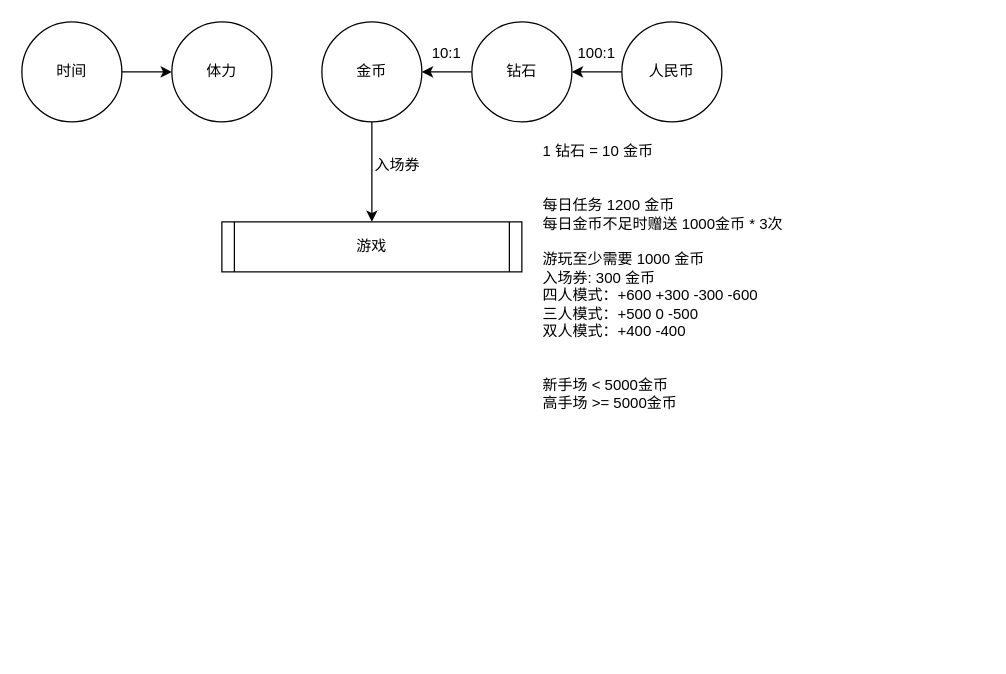
Earlier version of the draw.io diagram 游戏经济系统.drawio (shinoi2/draw.io). Source tidied: cells renumbered, new cells numbered last; positions are measured from the earlier drawing's top-left corner, leaving out a move shared by most shapes. Both pictures are drawn from the tidied source at 125%, with x=0, y=0 at pixel (21, 21).
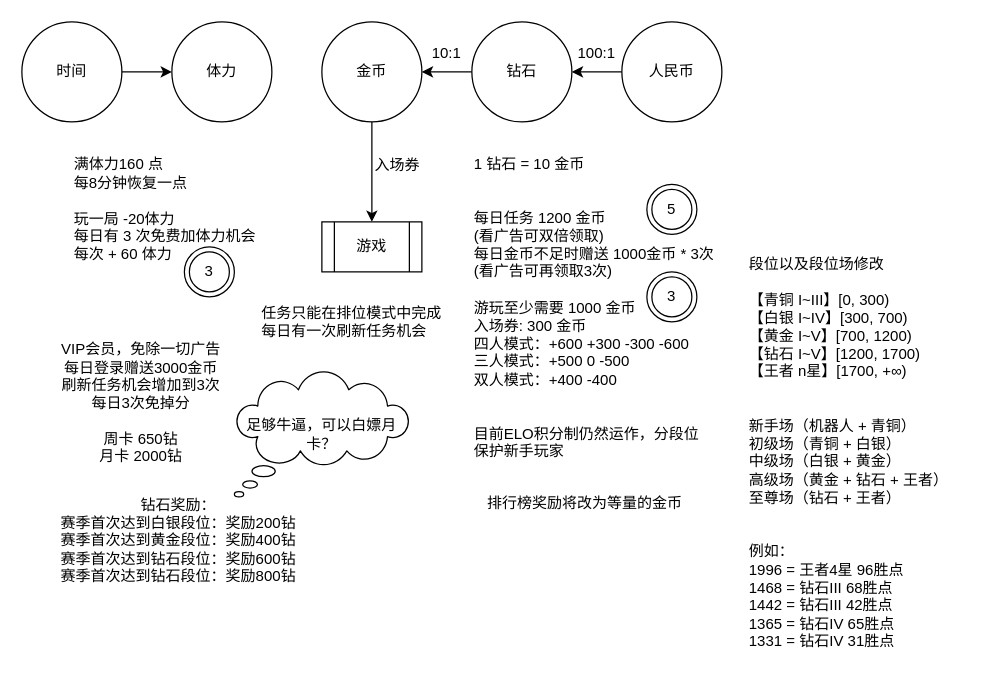
After the change.

Commit message (it also covers changes not shown here):
更新游戏经济系统.drawio

The edit, as a diff of the source:
```diff
@@
-    <mxCell id="14" value="游戏" style="shape=process;whiteSpace=wrap;html=1;backgroundOutline=1;size=0.041666666666666664;" parent="1" vertex="1">
-      <mxGeometry x="160" y="160" width="240" height="40" as="geometry" />
+    <mxCell id="14" value="游戏" style="shape=process;whiteSpace=wrap;html=1;backgroundOutline=1;size=0.125;" parent="1" vertex="1">
+      <mxGeometry x="240" y="160" width="80" height="40" as="geometry" />
     </mxCell>
-    <mxCell id="15" value="1 钻石 = 10 金币&#10;&#10;&#10;每日任务 1200 金币&#10;每日金币不足时赠送 1000金币 * 3次&#10;&#10;游玩至少需要 1000 金币&#10;入场券: 300 金币&#10;四人模式：+600 +300 -300 -600&#10;三人模式：+500 0 -500&#10;双人模式：+400 -400&#10;&#10;&#10;新手场 &lt; 5000金币&#10;高手场 &gt;= 5000金币" style="text;whiteSpace=wrap;" parent="1" vertex="1">
-      <mxGeometry x="415" y="90" width="210" height="240" as="geometry" />
+    <mxCell id="15" value="1 钻石 = 10 金币&#10;&#10;&#10;每日任务 1200 金币&#10;(看广告可双倍领取)&#10;每日金币不足时赠送 1000金币 * 3次&#10;(看广告可再领取3次)&#10;&#10;游玩至少需要 1000 金币&#10;入场券: 300 金币&#10;四人模式：+600 +300 -300 -600&#10;三人模式：+500 0 -500&#10;双人模式：+400 -400&#10;&#10;&#10;目前ELO积分制仍然运作，分段位&#10;保护新手玩家" style="text;whiteSpace=wrap;" parent="1" vertex="1">
+      <mxGeometry x="360" y="100" width="195" height="260" as="geometry" />
     </mxCell>
+    <mxCell id="16" value="满体力160 点&lt;br&gt;每8分钟恢复一点&lt;br&gt;&lt;br&gt;玩一局 -20体力&lt;br&gt;每日有 3 次免费加体力机会&lt;br&gt;每次 + 60 体力" style="text;html=1;align=left;verticalAlign=middle;strokeColor=none;fillColor=none;" parent="1" vertex="1">
+      <mxGeometry x="40" y="100" width="170" height="100" as="geometry" />
+    </mxCell>
+    <mxCell id="17" value="5" style="ellipse;shape=doubleEllipse;whiteSpace=wrap;html=1;" parent="1" vertex="1">
+      <mxGeometry x="500" y="130" width="40" height="40" as="geometry" />
+    </mxCell>
+    <mxCell id="18" value="3" style="ellipse;shape=doubleEllipse;whiteSpace=wrap;html=1;" parent="1" vertex="1">
+      <mxGeometry x="500" y="200" width="40" height="40" as="geometry" />
+    </mxCell>
+    <mxCell id="19" value="3" style="ellipse;shape=doubleEllipse;whiteSpace=wrap;html=1;" parent="1" vertex="1">
+      <mxGeometry x="130" y="180" width="40" height="40" as="geometry" />
+    </mxCell>
+    <mxCell id="20" value="VIP会员，免除一切广告&lt;br&gt;每日登录赠送3000金币&lt;br&gt;刷新任务机会增加到3次&lt;br&gt;每日3次免掉分&lt;br&gt;&lt;br&gt;周卡 650钻&lt;br&gt;月卡 2000钻" style="text;html=1;align=center;verticalAlign=middle;strokeColor=none;fillColor=none;" parent="1" vertex="1">
+      <mxGeometry x="20" y="250" width="150" height="110" as="geometry" />
+    </mxCell>
+    <mxCell id="21" value="段位以及段位场修改&#10;&#10;【青铜 I~III】[0, 300)&#10;【白银 I~IV】[300, 700)&#10;【黄金 I~V】[700, 1200)&#10;【钻石 I~V】[1200, 1700)&#10;【王者 n星】[1700, +∞)&#10;&#10;&#10;新手场（机器人 + 青铜）&#10;初级场（青铜 + 白银）&#10;中级场（白银 + 黄金）&#10;高级场（黄金 + 钻石 + 王者）&#10;至尊场（钻石 + 王者）&#10;&#10;&#10;例如：&#10;1996 = 王者4星 96胜点&#10;1468 = 钻石III 68胜点&#10;1442 = 钻石III 42胜点&#10;1365 = 钻石IV 65胜点&#10;1331 = 钻石IV 31胜点" style="text;whiteSpace=wrap;" parent="1" vertex="1">
+      <mxGeometry x="580" y="180" width="190" height="310" as="geometry" />
+    </mxCell>
+    <mxCell id="22" value="任务只能在排位模式中完成&lt;br&gt;每日有一次刷新任务机会" style="text;html=1;align=left;verticalAlign=middle;strokeColor=none;fillColor=none;" parent="1" vertex="1">
+      <mxGeometry x="190" y="220" width="170" height="40" as="geometry" />
+    </mxCell>
+    <mxCell id="23" value="排行榜奖励将改为等量的金币" style="text;html=1;align=center;verticalAlign=middle;strokeColor=none;fillColor=none;" parent="1" vertex="1">
+      <mxGeometry x="360" y="370" width="180" height="30" as="geometry" />
+    </mxCell>
+    <mxCell id="24" value="钻石奖励：&lt;br&gt;赛季首次达到白银段位：奖励200钻&lt;br&gt;赛季首次达到黄金段位：奖励400钻&lt;br&gt;赛季首次达到钻石段位：奖励600钻&lt;br&gt;赛季首次达到钻石段位：奖励800钻" style="text;html=1;align=center;verticalAlign=middle;strokeColor=none;fillColor=none;" parent="1" vertex="1">
+      <mxGeometry x="20" y="370" width="210" height="90" as="geometry" />
+    </mxCell>
+    <mxCell id="25" value="足够牛逼，可以白嫖月卡？" style="whiteSpace=wrap;html=1;shape=mxgraph.basic.cloud_callout;" parent="1" vertex="1">
+      <mxGeometry x="170" y="280" width="140" height="100" as="geometry" />
+    </mxCell>
```
